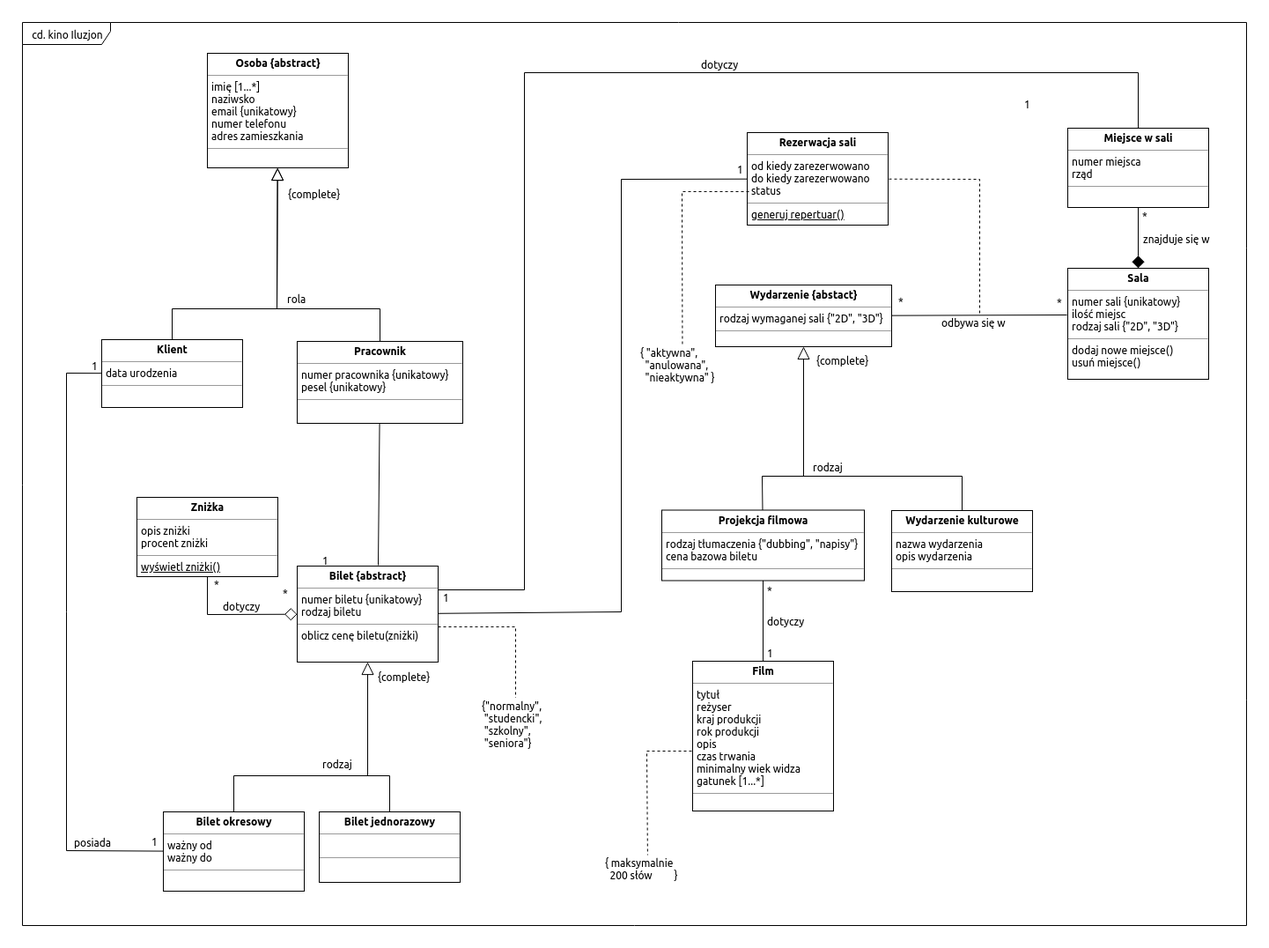
The draw.io diagram MAS/project/docs/diagram_klas.png in Billith/Academic, before a commit. Source tidied: cells renumbered, new cells last; positions are measured from the earlier drawing's top-left corner, leaving out a move shared by most shapes.
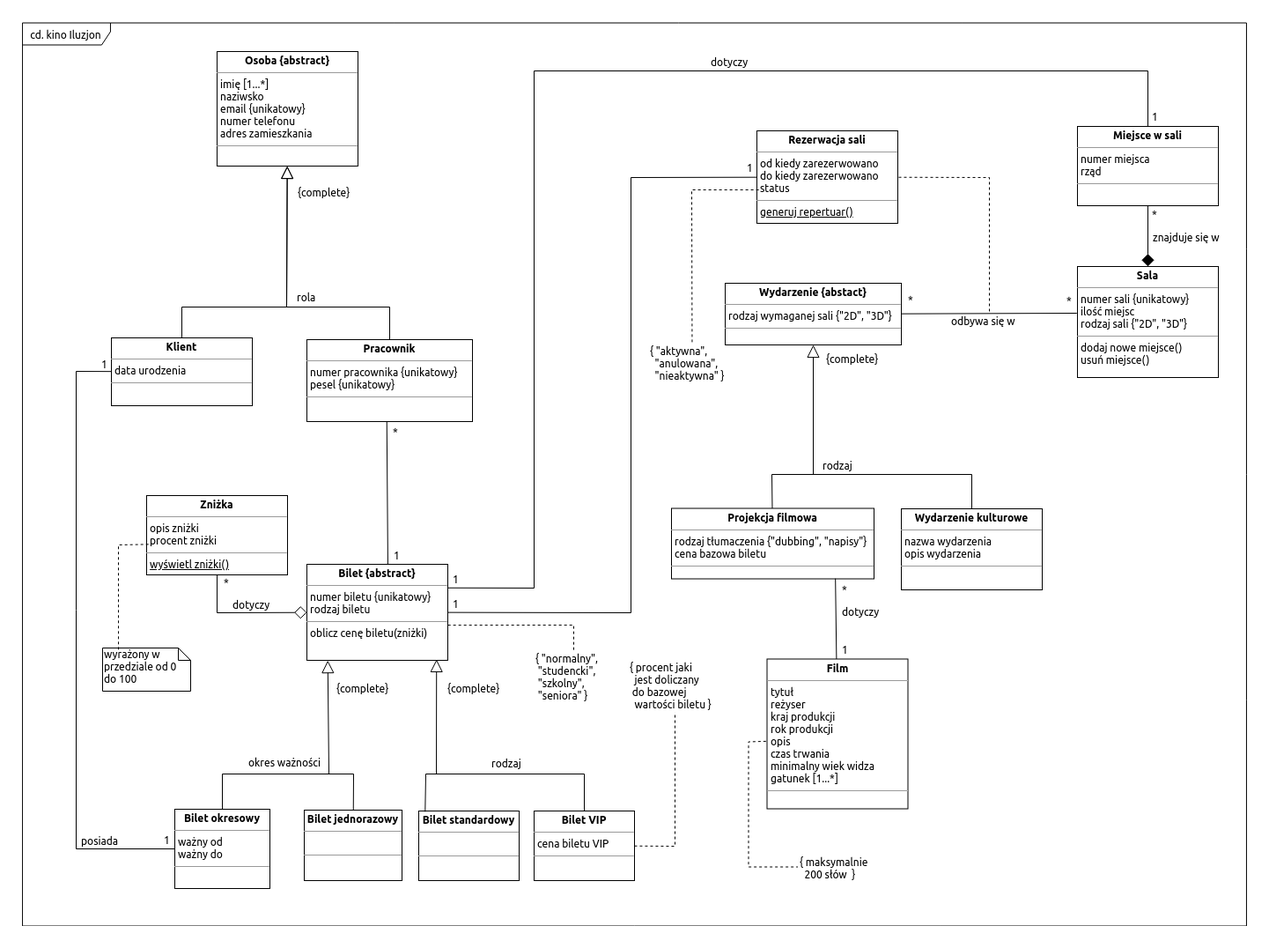
The same file after the commit.

Change to the diagram source:
```diff
@@ -10,7 +10,7 @@
         </Array>
       </mxGeometry>
     </mxCell>
-    <mxCell id="3" style="endArrow=none;html=1;exitX=0.576;exitY=-0.006;exitDx=0;exitDy=0;exitPerimeter=0;" parent="1" edge="1" source="10" target="9">
+    <mxCell id="3" style="endArrow=none;html=1;exitX=0.576;exitY=-0.006;exitDx=0;exitDy=0;exitPerimeter=0;entryX=0.483;entryY=0.995;entryDx=0;entryDy=0;entryPerimeter=0;" parent="1" edge="1" source="10" target="9">
       <mxGeometry relative="1" as="geometry" />
     </mxCell>
     <mxCell id="4" value="1&lt;br&gt;" style="text;html=1;strokeColor=none;fillColor=none;align=center;verticalAlign=middle;whiteSpace=wrap;rounded=0;" parent="1" vertex="1">
@@ -26,9 +26,9 @@
     </mxCell>
     <mxCell id="6" style="endArrow=none;html=1;rounded=0;" parent="1" edge="1" source="12">
       <mxGeometry relative="1" as="geometry">
-        <mxPoint x="400" y="855" as="targetPoint" />
+        <mxPoint x="340" y="855" as="targetPoint" />
         <Array as="points">
-          <mxPoint x="240" y="855" />
+          <mxPoint x="216" y="855" />
         </Array>
       </mxGeometry>
     </mxCell>
@@ -48,10 +48,10 @@
       <mxGeometry x="130" y="539" width="160" height="90" as="geometry" />
     </mxCell>
     <mxCell id="12" value="&lt;p style=&quot;margin: 0px ; margin-top: 4px ; text-align: center&quot;&gt;&lt;b&gt;Bilet okresowy&lt;/b&gt;&lt;/p&gt;&lt;hr size=&quot;1&quot;&gt;&lt;p style=&quot;margin: 0px ; margin-left: 4px&quot;&gt;ważny od&lt;/p&gt;&lt;p style=&quot;margin: 0px ; margin-left: 4px&quot;&gt;ważny do&lt;/p&gt;&lt;hr size=&quot;1&quot;&gt;&lt;p style=&quot;margin: 0px ; margin-left: 4px&quot;&gt;&lt;br&gt;&lt;/p&gt;&lt;p style=&quot;margin: 0px ; margin-left: 4px&quot;&gt;&lt;br&gt;&lt;/p&gt;" style="verticalAlign=top;align=left;overflow=fill;fontSize=12;fontFamily=Helvetica;html=1;" parent="1" vertex="1">
-      <mxGeometry x="160" y="896" width="160" height="90" as="geometry" />
+      <mxGeometry x="162" y="895" width="108" height="90" as="geometry" />
     </mxCell>
     <mxCell id="13" value="&lt;p style=&quot;margin: 0px ; margin-top: 4px ; text-align: center&quot;&gt;&lt;b&gt;Bilet jednorazowy&lt;/b&gt;&lt;/p&gt;&lt;hr size=&quot;1&quot;&gt;&lt;p style=&quot;margin: 0px ; margin-left: 4px&quot;&gt;&lt;br&gt;&lt;/p&gt;&lt;hr size=&quot;1&quot;&gt;&lt;p style=&quot;margin: 0px ; margin-left: 4px&quot;&gt;&lt;br&gt;&lt;/p&gt;" style="verticalAlign=top;align=left;overflow=fill;fontSize=12;fontFamily=Helvetica;html=1;" parent="1" vertex="1">
-      <mxGeometry x="337" y="896" width="160" height="80" as="geometry" />
+      <mxGeometry x="309" y="896" width="111" height="80" as="geometry" />
     </mxCell>
     <mxCell id="14" value="&lt;p style=&quot;margin: 0px ; margin-top: 4px ; text-align: center&quot;&gt;&lt;b&gt;Sala&lt;/b&gt;&lt;/p&gt;&lt;hr size=&quot;1&quot;&gt;&lt;p style=&quot;margin: 0px ; margin-left: 4px&quot;&gt;numer sali {unikatowy}&lt;/p&gt;&lt;p style=&quot;margin: 0px ; margin-left: 4px&quot;&gt;ilość miejsc&lt;br&gt;&lt;/p&gt;&lt;p style=&quot;margin: 0px ; margin-left: 4px&quot;&gt;rodzaj sali {&quot;2D&quot;, &quot;3D&quot;}&lt;/p&gt;&lt;hr size=&quot;1&quot;&gt;&lt;p style=&quot;margin: 0px ; margin-left: 4px&quot;&gt;dodaj nowe miejsce()&lt;/p&gt;&lt;p style=&quot;margin: 0px ; margin-left: 4px&quot;&gt;usuń miejsce()&lt;/p&gt;" style="verticalAlign=top;align=left;overflow=fill;fontSize=12;fontFamily=Helvetica;html=1;" parent="1" vertex="1">
       <mxGeometry x="1187" y="279" width="160" height="126" as="geometry" />
@@ -77,7 +77,7 @@
       <mxGeometry x="726" y="553.5" width="230" height="80" as="geometry" />
     </mxCell>
     <mxCell id="20" value="&lt;p style=&quot;margin: 0px ; margin-top: 4px ; text-align: center&quot;&gt;&lt;b&gt;Film&lt;/b&gt;&lt;/p&gt;&lt;hr size=&quot;1&quot;&gt;&lt;p style=&quot;margin: 0px ; margin-left: 4px&quot;&gt;tytuł&lt;/p&gt;&lt;p style=&quot;margin: 0px ; margin-left: 4px&quot;&gt;reżyser&lt;/p&gt;&lt;p style=&quot;margin: 0px ; margin-left: 4px&quot;&gt;kraj produkcji&lt;/p&gt;&lt;p style=&quot;margin: 0px ; margin-left: 4px&quot;&gt;rok produkcji&lt;/p&gt;&lt;p style=&quot;margin: 0px ; margin-left: 4px&quot;&gt;opis&lt;/p&gt;&lt;p style=&quot;margin: 0px ; margin-left: 4px&quot;&gt;czas trwania&lt;/p&gt;&lt;p style=&quot;margin: 0px ; margin-left: 4px&quot;&gt;minimalny wiek widza&lt;/p&gt;&lt;p style=&quot;margin: 0px ; margin-left: 4px&quot;&gt;gatunek [1...*]&lt;/p&gt;&lt;hr size=&quot;1&quot;&gt;&lt;p style=&quot;margin: 0px ; margin-left: 4px&quot;&gt;&lt;br&gt;&lt;/p&gt;" style="verticalAlign=top;align=left;overflow=fill;fontSize=12;fontFamily=Helvetica;html=1;" parent="1" vertex="1">
-      <mxGeometry x="761" y="725" width="160" height="170" as="geometry" />
+      <mxGeometry x="834.5" y="724.5" width="160" height="170" as="geometry" />
     </mxCell>
     <mxCell id="21" value="&lt;p style=&quot;margin: 0px ; margin-top: 4px ; text-align: center&quot;&gt;&lt;b&gt;Wydarzenie kulturowe&lt;/b&gt;&lt;/p&gt;&lt;hr size=&quot;1&quot;&gt;&lt;p style=&quot;margin: 0px ; margin-left: 4px&quot;&gt;nazwa wydarzenia&lt;/p&gt;&lt;p style=&quot;margin: 0px ; margin-left: 4px&quot;&gt;opis wydarzenia&lt;/p&gt;&lt;hr size=&quot;1&quot;&gt;&lt;p style=&quot;margin: 0px ; margin-left: 4px&quot;&gt;&lt;br&gt;&lt;/p&gt;" style="verticalAlign=top;align=left;overflow=fill;fontSize=12;fontFamily=Helvetica;html=1;" parent="1" vertex="1">
       <mxGeometry x="987" y="554" width="160" height="92" as="geometry" />
@@ -106,21 +106,21 @@
       <mxGeometry x="338.5" y="720" width="134.5" height="135" as="geometry" />
     </mxCell>
     <mxCell id="28" style="group;" parent="27" vertex="1">
-      <mxGeometry y="113" width="78.5" height="22" as="geometry" />
+      <mxGeometry x="-29" y="113" width="78.5" height="22" as="geometry" />
     </mxCell>
-    <mxCell id="29" style="endArrow=block;endFill=0;endSize=12;html=1;rounded=0;" parent="28" edge="1" source="13" target="10">
+    <mxCell id="29" style="endArrow=block;endFill=0;endSize=12;html=1;rounded=0;entryX=0.151;entryY=1.003;entryDx=0;entryDy=0;entryPerimeter=0;" parent="28" edge="1" source="13" target="10">
       <mxGeometry relative="1" as="geometry">
         <Array as="points">
-          <mxPoint x="78.5" y="22" />
-          <mxPoint x="53.5" y="22" />
+          <mxPoint x="55.5" y="22" />
+          <mxPoint x="27.5" y="22" />
         </Array>
       </mxGeometry>
     </mxCell>
-    <mxCell id="30" value="rodzaj" style="text;html=1;align=left;verticalAlign=top;spacingTop=-4;" parent="28" vertex="1">
-      <mxGeometry width="50" height="10" as="geometry" />
+    <mxCell id="30" value="okres ważności" style="text;html=1;align=left;verticalAlign=top;spacingTop=-4;" parent="28" vertex="1">
+      <mxGeometry x="-66" width="100" height="10" as="geometry" />
     </mxCell>
     <mxCell id="31" value="{complete}" style="text;html=1;align=left;verticalAlign=top;spacingTop=-4;" parent="27" vertex="1">
-      <mxGeometry x="63.5" y="14" width="70" height="10" as="geometry" />
+      <mxGeometry x="5" y="28.5" width="70" height="10" as="geometry" />
     </mxCell>
     <mxCell id="32" style="group;" parent="1" vertex="1">
       <mxGeometry x="887" y="375" width="180" height="140" as="geometry" />
@@ -140,10 +140,10 @@
       <mxGeometry x="9" y="121" width="50" height="10" as="geometry" />
     </mxCell>
     <mxCell id="36" style="group;" parent="1" vertex="1">
-      <mxGeometry x="50" y="381" width="115" height="559" as="geometry" />
+      <mxGeometry x="50" y="381" width="165" height="559" as="geometry" />
     </mxCell>
     <mxCell id="37" style="group;" parent="36" vertex="1">
-      <mxGeometry width="115" height="559" as="geometry" />
+      <mxGeometry width="165" height="559" as="geometry" />
     </mxCell>
     <mxCell id="38" style="endArrow=none;html=1;rounded=0;" parent="37" edge="1" source="12" target="8">
       <mxGeometry relative="1" as="geometry">
@@ -157,11 +157,14 @@
       <mxGeometry x="27" width="20" height="10" as="geometry" />
     </mxCell>
     <mxCell id="40" value="1" style="text;html=1;align=left;verticalAlign=top;spacingTop=-4;" parent="37" vertex="1">
-      <mxGeometry x="95" y="540" width="20" height="10" as="geometry" />
+      <mxGeometry x="98" y="540" width="20" height="10" as="geometry" />
     </mxCell>
     <mxCell id="41" value="posiada" style="text;html=1;align=left;verticalAlign=top;spacingTop=-4;" parent="37" vertex="1">
-      <mxGeometry x="7" y="541" width="60" height="10" as="geometry" />
+      <mxGeometry x="4" y="541" width="60" height="10" as="geometry" />
     </mxCell>
+    <mxCell id="79" value="wyrażony w przedziale od 0 do 100" style="shape=note;whiteSpace=wrap;html=1;size=14;verticalAlign=top;align=left;spacingTop=-6;" parent="37" vertex="1">
+      <mxGeometry x="30" y="331" width="100" height="49" as="geometry" />
+    </mxCell>
     <mxCell id="42" style="group;" parent="1" vertex="1">
       <mxGeometry x="210" y="629" width="104" height="46" as="geometry" />
     </mxCell>
@@ -178,37 +181,31 @@
     <mxCell id="45" value="*" style="text;html=1;align=left;verticalAlign=top;spacingTop=-4;" parent="43" vertex="1">
       <mxGeometry x="6" width="20" height="10" as="geometry" />
     </mxCell>
-    <mxCell id="46" value="*" style="text;html=1;align=left;verticalAlign=top;spacingTop=-4;" parent="43" vertex="1">
-      <mxGeometry x="84" y="9.8" width="20" height="10" as="geometry" />
-    </mxCell>
     <mxCell id="47" value="dotyczy" style="text;html=1;align=left;verticalAlign=top;spacingTop=-4;" parent="43" vertex="1">
       <mxGeometry x="16" y="25" width="60" height="10" as="geometry" />
     </mxCell>
     <mxCell id="48" style="group;" parent="1" vertex="1">
-      <mxGeometry x="844" y="636" width="60" height="80.5" as="geometry" />
+      <mxGeometry x="918" y="627" width="64" height="82" as="geometry" />
     </mxCell>
     <mxCell id="49" style="group;" parent="48" vertex="1">
-      <mxGeometry width="20" height="80.5" as="geometry" />
+      <mxGeometry y="10.1" width="21.3" height="71.9" as="geometry" />
     </mxCell>
-    <mxCell id="50" style="endArrow=none;endFill=0;endSize=12;html=1;rounded=0;" parent="49" edge="1" source="19" target="20">
+    <mxCell id="50" style="endArrow=none;endFill=0;endSize=12;html=1;rounded=0;exitX=0.811;exitY=0.999;exitDx=0;exitDy=0;exitPerimeter=0;" parent="49" edge="1" source="19" target="20">
       <mxGeometry relative="1" as="geometry" />
     </mxCell>
-    <mxCell id="51" value="1" style="text;html=1;align=left;verticalAlign=top;spacingTop=-4;" parent="49" vertex="1">
-      <mxGeometry y="70.5" width="20" height="10" as="geometry" />
-    </mxCell>
     <mxCell id="52" value="*" style="text;html=1;align=left;verticalAlign=top;spacingTop=-4;" parent="49" vertex="1">
       <mxGeometry width="20" height="10" as="geometry" />
     </mxCell>
     <mxCell id="53" value="dotyczy" style="text;html=1;align=left;verticalAlign=top;spacingTop=-4;" parent="48" vertex="1">
-      <mxGeometry y="35" width="60" height="10" as="geometry" />
+      <mxGeometry y="35.4" width="60" height="10" as="geometry" />
     </mxCell>
-    <mxCell id="54" value="{&quot;normalny&quot;,&lt;br&gt;&amp;nbsp;&quot;studencki&quot;,&lt;br&gt;&amp;nbsp;&quot;szkolny&quot;,&lt;br&gt;&amp;nbsp;&quot;seniora&quot;}&lt;br&gt;" style="text;html=1;points=[];align=left;verticalAlign=top;spacingTop=-4;" parent="1" vertex="1">
-      <mxGeometry x="520" y="766.5" width="80" height="50" as="geometry" />
+    <mxCell id="54" value="{ &quot;normalny&quot;,&lt;br&gt;&amp;nbsp;&quot;studencki&quot;,&lt;br&gt;&amp;nbsp;&quot;szkolny&quot;,&lt;br&gt;&amp;nbsp;&quot;seniora&quot; }&lt;br&gt;" style="text;html=1;points=[];align=left;verticalAlign=top;spacingTop=-4;" parent="1" vertex="1">
+      <mxGeometry x="570" y="715" width="90" height="50" as="geometry" />
     </mxCell>
     <mxCell id="55" style="endArrow=none;endFill=0;endSize=12;html=1;dashed=1;exitX=0.999;exitY=0.632;exitDx=0;exitDy=0;exitPerimeter=0;rounded=0;" parent="1" edge="1" source="10" target="54">
       <mxGeometry relative="1" as="geometry">
         <Array as="points">
-          <mxPoint x="560" y="686" />
+          <mxPoint x="615" y="686" />
         </Array>
       </mxGeometry>
     </mxCell>
@@ -242,13 +239,13 @@
     <mxCell id="65" style="endArrow=none;html=1;rounded=0;startArrow=none;startFill=0;endFill=0;endSize=12;" parent="64" edge="1" source="10" target="16">
       <mxGeometry relative="1" as="geometry">
         <Array as="points">
-          <mxPoint x="204" y="511" />
+          <mxPoint x="204" y="514" />
           <mxPoint x="204" y="20" />
         </Array>
       </mxGeometry>
     </mxCell>
     <mxCell id="66" value="1" style="text;html=1;align=left;verticalAlign=top;spacingTop=-4;" parent="64" vertex="1">
-      <mxGeometry y="486" width="20" height="10" as="geometry" />
+      <mxGeometry y="495" width="20" height="10" as="geometry" />
     </mxCell>
     <mxCell id="67" value="1" style="text;html=1;align=left;verticalAlign=top;spacingTop=-4;" parent="64" vertex="1">
       <mxGeometry x="334" width="20" height="10" as="geometry" />
@@ -266,26 +263,27 @@
       </mxGeometry>
     </mxCell>
     <mxCell id="70" value="1" style="text;html=1;align=left;verticalAlign=top;spacingTop=-4;" parent="68" vertex="1">
-      <mxGeometry y="563.5" width="20" height="10" as="geometry" />
+      <mxGeometry x="70.5" y="559.5" width="20" height="10" as="geometry" />
     </mxCell>
-    <mxCell id="71" value="1" style="text;html=1;align=left;verticalAlign=top;spacingTop=-4;" parent="68" vertex="1">
-      <mxGeometry x="797" y="45" width="20" height="10" as="geometry" />
-    </mxCell>
     <mxCell id="72" value="dotyczy" style="text;html=1;align=left;verticalAlign=top;spacingTop=-4;" parent="68" vertex="1">
       <mxGeometry x="430" width="60" height="10" as="geometry" />
     </mxCell>
     <mxCell id="73" value="{ &quot;aktywna&quot;,&lt;br&gt;&amp;nbsp; &quot;anulowana&quot;,&lt;br&gt;&amp;nbsp; &quot;nieaktywna&quot; }&lt;br&gt;" style="text;html=1;points=[];align=left;verticalAlign=top;spacingTop=-4;" parent="68" vertex="1">
       <mxGeometry x="361" y="327" width="100" height="40" as="geometry" />
     </mxCell>
+    <mxCell id="46" value="*" style="text;html=1;align=left;verticalAlign=top;spacingTop=-4;" parent="68" vertex="1">
+      <mxGeometry x="69.5" y="419.5" width="20" height="10" as="geometry" />
+    </mxCell>
-    <mxCell id="74" style="endArrow=none;endFill=0;endSize=12;html=1;dashed=1;rounded=0;exitX=-0.004;exitY=0.598;exitDx=0;exitDy=0;exitPerimeter=0;" parent="1" edge="1" source="20" target="75">
+    <mxCell id="74" style="endArrow=none;endFill=0;endSize=12;html=1;dashed=1;rounded=0;exitX=-0.008;exitY=0.551;exitDx=0;exitDy=0;exitPerimeter=0;" parent="1" edge="1" source="20" target="75">
       <mxGeometry relative="1" as="geometry">
         <Array as="points">
-          <mxPoint x="709" y="827" />
+          <mxPoint x="813.5" y="818.5" />
+          <mxPoint x="813.5" y="960.5" />
         </Array>
       </mxGeometry>
     </mxCell>
-    <mxCell id="75" value="{ maksymalnie&lt;br&gt;&amp;nbsp; 200 słów&amp;nbsp; &amp;nbsp; &amp;nbsp; &amp;nbsp; &amp;nbsp;}&lt;br&gt;" style="text;html=1;points=[];align=left;verticalAlign=top;spacingTop=-4;" parent="1" vertex="1">
-      <mxGeometry x="660" y="945" width="100" height="30" as="geometry" />
+    <mxCell id="75" value="{ maksymalnie&lt;br&gt;&amp;nbsp; 200 słów&amp;nbsp; }&lt;br&gt;" style="text;html=1;points=[];align=left;verticalAlign=top;spacingTop=-4;" parent="1" vertex="1">
+      <mxGeometry x="869.5" y="945.5" width="90" height="30" as="geometry" />
     </mxCell>
     <mxCell id="76" style="endArrow=none;endFill=0;endSize=12;html=1;dashed=1;exitX=0.011;exitY=0.641;exitDx=0;exitDy=0;exitPerimeter=0;rounded=0;" parent="1" edge="1" source="16" target="73">
       <mxGeometry relative="1" as="geometry">
@@ -300,7 +298,62 @@
       </mxGeometry>
     </mxCell>
     <mxCell id="78" value="cd. kino Iluzjon" style="shape=umlFrame;whiteSpace=wrap;html=1;width=100;height=25;" parent="1" vertex="1">
-      <mxGeometry width="1390" height="1025" as="geometry" />
+      <mxGeometry x="-11.1" y="2.5" width="1390" height="1025" as="geometry" />
     </mxCell>
+    <mxCell id="80" style="endArrow=none;endFill=0;endSize=12;html=1;dashed=1;rounded=0;exitX=0.011;exitY=0.62;exitDx=0;exitDy=0;exitPerimeter=0;entryX=0.178;entryY=0.062;entryDx=0;entryDy=0;entryPerimeter=0;" parent="1" edge="1" source="11" target="79">
+      <mxGeometry relative="1" as="geometry">
+        <Array as="points">
+          <mxPoint x="98" y="595" />
+        </Array>
+      </mxGeometry>
+    </mxCell>
+    <mxCell id="81" value="&lt;p style=&quot;margin: 0px ; margin-top: 4px ; text-align: center&quot;&gt;&lt;b&gt;Bilet standardowy&lt;/b&gt;&lt;/p&gt;&lt;hr size=&quot;1&quot;&gt;&lt;p style=&quot;margin: 0px ; margin-left: 4px&quot;&gt;&lt;br&gt;&lt;/p&gt;&lt;hr size=&quot;1&quot;&gt;&lt;p style=&quot;margin: 0px ; margin-left: 4px&quot;&gt;&lt;br&gt;&lt;/p&gt;" style="verticalAlign=top;align=left;overflow=fill;fontSize=12;fontFamily=Helvetica;html=1;" parent="1" vertex="1">
+      <mxGeometry x="439" y="897" width="114" height="79" as="geometry" />
+    </mxCell>
+    <mxCell id="82" value="&lt;p style=&quot;margin: 0px ; margin-top: 4px ; text-align: center&quot;&gt;&lt;b&gt;Bilet VIP&lt;/b&gt;&lt;/p&gt;&lt;hr size=&quot;1&quot;&gt;&lt;p style=&quot;margin: 0px ; margin-left: 4px&quot;&gt;cena biletu VIP&lt;/p&gt;&lt;hr size=&quot;1&quot;&gt;&lt;p style=&quot;margin: 0px ; margin-left: 4px&quot;&gt;&lt;br&gt;&lt;/p&gt;" style="verticalAlign=top;align=left;overflow=fill;fontSize=12;fontFamily=Helvetica;html=1;" parent="1" vertex="1">
+      <mxGeometry x="570" y="897" width="114" height="79" as="geometry" />
+    </mxCell>
+    <mxCell id="83" style="endArrow=block;endFill=0;endSize=12;html=1;rounded=0;entryX=0.918;entryY=0.993;entryDx=0;entryDy=0;entryPerimeter=0;exitX=0.069;exitY=0.005;exitDx=0;exitDy=0;exitPerimeter=0;" parent="1" edge="1" source="81" target="10">
+      <mxGeometry relative="1" as="geometry">
+        <Array as="points">
+          <mxPoint x="447" y="855" />
+          <mxPoint x="459" y="855" />
+        </Array>
+      </mxGeometry>
+    </mxCell>
+    <mxCell id="84" style="endArrow=none;endFill=0;endSize=12;html=1;rounded=0;" parent="1" edge="1" target="82">
+      <mxGeometry relative="1" as="geometry">
+        <mxPoint x="450" y="855" as="sourcePoint" />
+        <Array as="points">
+          <mxPoint x="627" y="855" />
+        </Array>
+      </mxGeometry>
+    </mxCell>
+    <mxCell id="85" value="rodzaj" style="text;html=1;align=left;verticalAlign=top;spacingTop=-4;" parent="1" vertex="1">
+      <mxGeometry x="520" y="834" width="50" height="10" as="geometry" />
+    </mxCell>
+    <mxCell id="86" style="endArrow=none;endFill=0;endSize=12;html=1;dashed=1;rounded=0;exitX=1;exitY=0.5;exitDx=0;exitDy=0;" parent="1" edge="1" source="82">
+      <mxGeometry relative="1" as="geometry">
+        <mxPoint x="730" y="785" as="targetPoint" />
+        <Array as="points">
+          <mxPoint x="730" y="937" />
+        </Array>
+      </mxGeometry>
+    </mxCell>
+    <mxCell id="87" value="{ procent jaki &lt;br&gt;&amp;nbsp; jest doliczany&lt;br&gt;&amp;nbsp;do bazowej&amp;nbsp;&lt;br&gt;&amp;nbsp; wartości biletu }&lt;br&gt;" style="text;html=1;align=left;verticalAlign=top;spacingTop=-4;" parent="1" vertex="1">
+      <mxGeometry x="677" y="724.5" width="110" height="50" as="geometry" />
+    </mxCell>
+    <mxCell id="51" value="1" style="text;html=1;align=left;verticalAlign=top;spacingTop=-4;" parent="1" vertex="1">
+      <mxGeometry x="917.9" y="705.1" width="20" height="10" as="geometry" />
+    </mxCell>
+    <mxCell id="71" value="1" style="text;html=1;align=left;verticalAlign=top;spacingTop=-4;" parent="1" vertex="1">
+      <mxGeometry x="1270" y="100" width="20" height="10" as="geometry" />
+    </mxCell>
+    <mxCell id="88" value="1" style="text;html=1;align=left;verticalAlign=top;spacingTop=-4;" parent="1" vertex="1">
+      <mxGeometry x="476" y="625" width="20" height="10" as="geometry" />
+    </mxCell>
+    <mxCell id="89" value="{complete}" style="text;html=1;align=left;verticalAlign=top;spacingTop=-4;" parent="1" vertex="1">
+      <mxGeometry x="470" y="748.5" width="70" height="10" as="geometry" />
+    </mxCell>
   </root>
 </mxGraphModel>
```
